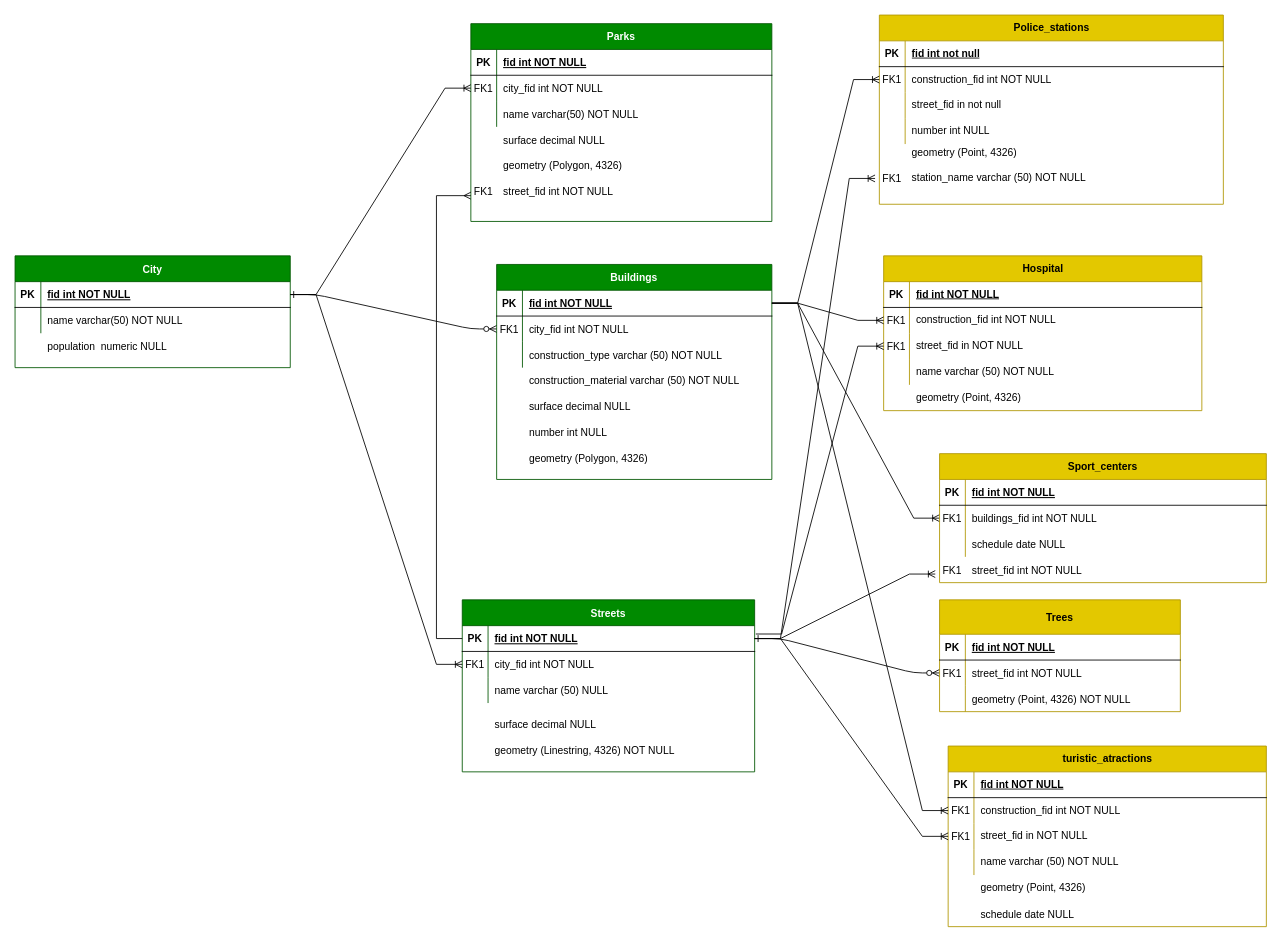
The draw.io diagram Final_project.drawio in MaticA26/final_project_sem2, before the edit. Source tidied: cells renumbered, new cells numbered last; positions are measured from the earlier drawing's top-left corner, leaving out a move shared by most shapes. Both pictures are drawn from the tidied source at 86%, with x=0, y=0 at pixel (15, 15).
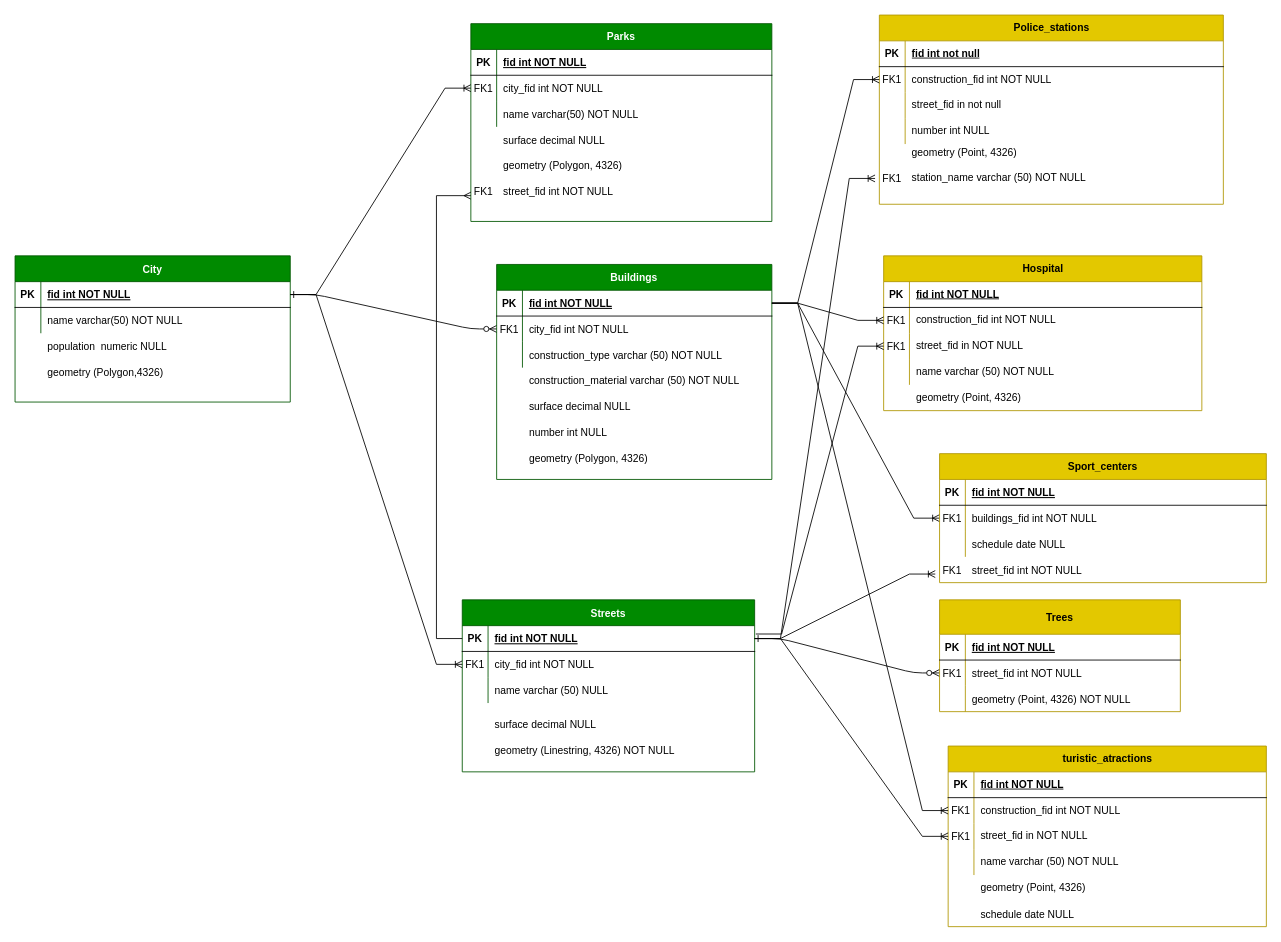
The same page after the edit.

What changed in the source:
```diff
@@
     <mxCell id="24" value="City" style="shape=table;startSize=30;childLayout=tableLayout;rowLines=0;fontStyle=1;align=center;fillColor=#008a00;fontColor=#ffffff;strokeColor=#005700;" parent="1" vertex="1">
-      <mxGeometry y="280" width="320" height="130" as="geometry" />
+      <mxGeometry y="280" width="320" height="170" as="geometry" />
     </mxCell>
@@
+    <mxCell id="143" style="shape=partialRectangle;fillColor=none;top=0;left=0;right=0;bottom=0;" parent="1" vertex="1">
+      <mxGeometry y="400" width="320" height="30" as="geometry" />
+    </mxCell>
+    <mxCell id="144" style="shape=partialRectangle;overflow=hidden;fillColor=none;top=0;left=0;bottom=0;right=0;" parent="143" vertex="1">
+      <mxGeometry width="30" height="30" as="geometry" />
+    </mxCell>
+    <mxCell id="145" value="geometry (Polygon,4326)" style="shape=partialRectangle;overflow=hidden;fillColor=none;top=0;left=0;bottom=0;right=0;align=left;spacingLeft=6;" parent="143" vertex="1">
+      <mxGeometry x="30" width="290" height="30" as="geometry" />
+    </mxCell>
```
